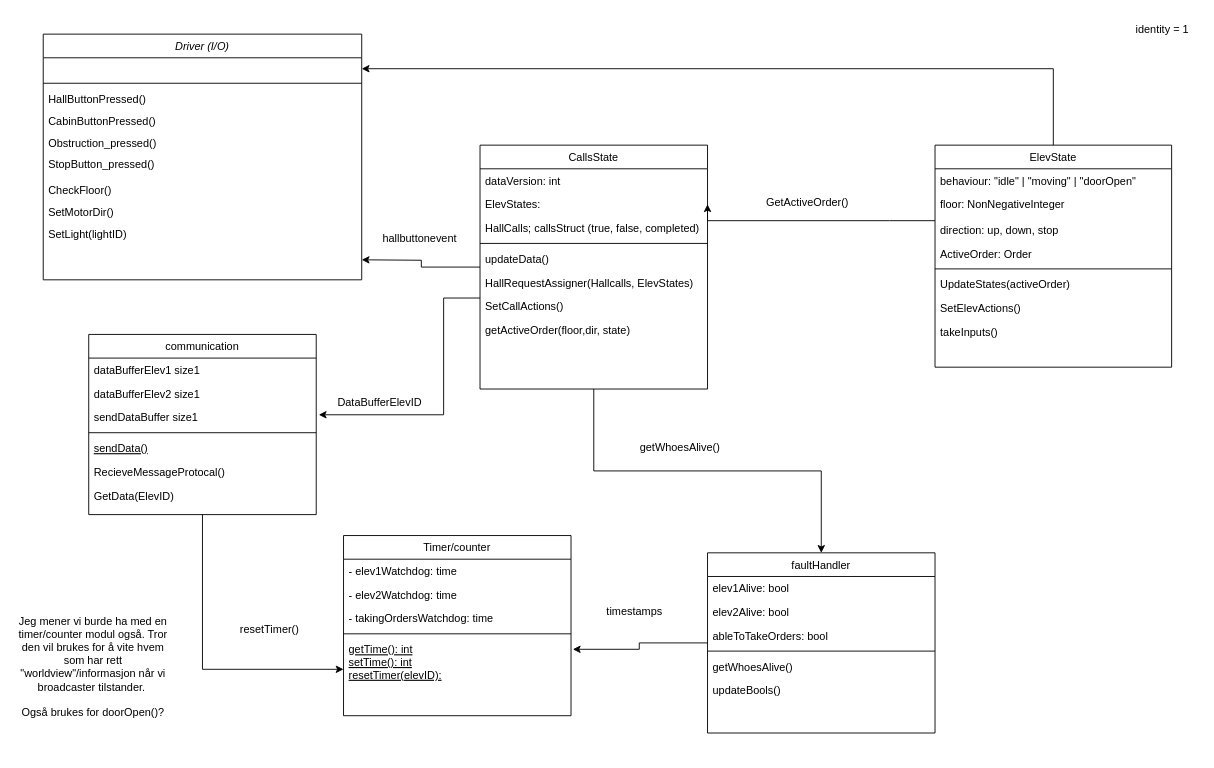
The draw.io diagram Diagrammer/gustavs_klassediagram.drawio in MathiasSagerup/Sanntid, before the edit. Source tidied: cells renumbered, new cells numbered last; positions are measured from the earlier drawing's top-left corner, leaving out a move shared by most shapes. Both pictures are drawn from the tidied source at 91%, with x=0, y=0 at pixel (15, 15).
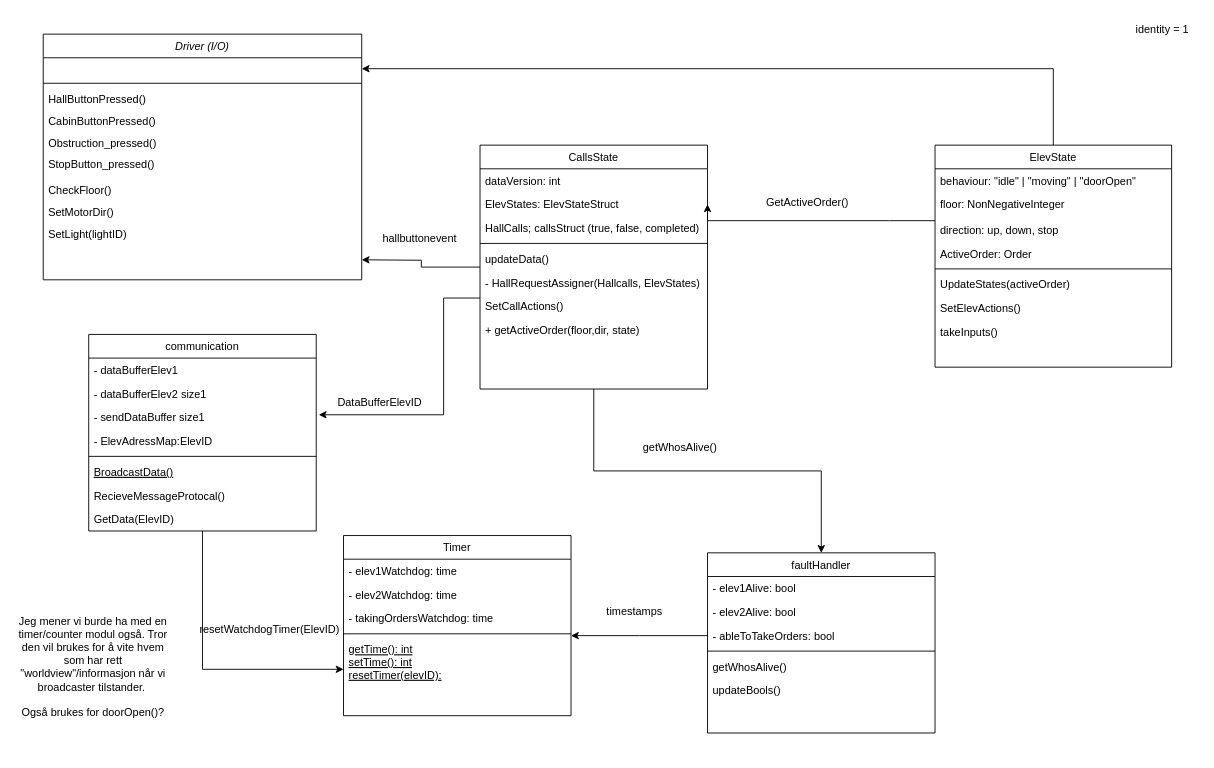
After the change.

Unchanged cells that the change refers to:
```xml
<mxCell id="33" value="CallsState" style="swimlane;fontStyle=0;align=center;verticalAlign=top;horizontal=1;startSize=26;rounded=0;shadow=0;strokeWidth=1;" parent="1" vertex="1">
  <mxGeometry x="510" y="142" width="250" height="268" as="geometry" />
</mxCell>
<mxCell id="43" value="faultHandler" style="swimlane;fontStyle=0;align=center;verticalAlign=top;horizontal=1;startSize=26;rounded=0;shadow=0;strokeWidth=1;" parent="1" vertex="1">
  <mxGeometry x="760" y="590" width="250" height="198" as="geometry" />
</mxCell>
<mxCell id="56" value="getTime(): int&#10;setTime(): int&#10;resetTimer(elevID):" style="text;align=left;verticalAlign=top;spacingLeft=4;spacingRight=4;overflow=hidden;points=[[0,0.5],[1,0.5]];portConstraint=eastwest;fontStyle=4;" parent="51" vertex="1">
  <mxGeometry y="112" width="250" height="70" as="geometry" />
</mxCell>
```

Change to the diagram source:
```diff
@@
     <mxCell id="23" value="communication" style="swimlane;fontStyle=0;align=center;verticalAlign=top;horizontal=1;startSize=26;rounded=0;shadow=0;strokeWidth=1;" parent="1" vertex="1">
-      <mxGeometry x="80" y="350" width="250" height="198" as="geometry" />
+      <mxGeometry x="80" y="350" width="250" height="216" as="geometry" />
     </mxCell>
-    <mxCell id="24" value="dataBufferElev1 size1" style="text;align=left;verticalAlign=top;spacingLeft=4;spacingRight=4;overflow=hidden;rounded=0;shadow=0;html=0;" parent="23" vertex="1">
+    <mxCell id="24" value="- dataBufferElev1" style="text;align=left;verticalAlign=top;spacingLeft=4;spacingRight=4;overflow=hidden;rounded=0;shadow=0;html=0;" parent="23" vertex="1">
       <mxGeometry y="26" width="250" height="26" as="geometry" />
     </mxCell>
-    <mxCell id="25" value="dataBufferElev2 size1" style="text;align=left;verticalAlign=top;spacingLeft=4;spacingRight=4;overflow=hidden;rounded=0;shadow=0;html=0;" parent="23" vertex="1">
+    <mxCell id="25" value="- dataBufferElev2 size1" style="text;align=left;verticalAlign=top;spacingLeft=4;spacingRight=4;overflow=hidden;rounded=0;shadow=0;html=0;" parent="23" vertex="1">
       <mxGeometry y="52" width="250" height="26" as="geometry" />
     </mxCell>
-    <mxCell id="26" value="sendDataBuffer size1" style="text;align=left;verticalAlign=top;spacingLeft=4;spacingRight=4;overflow=hidden;rounded=0;shadow=0;html=0;" parent="23" vertex="1">
+    <mxCell id="26" value="- sendDataBuffer size1" style="text;align=left;verticalAlign=top;spacingLeft=4;spacingRight=4;overflow=hidden;rounded=0;shadow=0;html=0;" parent="23" vertex="1">
       <mxGeometry y="78" width="250" height="26" as="geometry" />
     </mxCell>
+    <mxCell id="66" value="- ElevAdressMap:ElevID " style="text;align=left;verticalAlign=top;spacingLeft=4;spacingRight=4;overflow=hidden;rounded=0;shadow=0;html=0;" parent="23" vertex="1">
+      <mxGeometry y="104" width="250" height="26" as="geometry" />
+    </mxCell>
     <mxCell id="27" style="line;html=1;strokeWidth=1;align=left;verticalAlign=middle;spacingTop=-1;spacingLeft=3;spacingRight=3;labelPosition=right;" parent="23" vertex="1">
-      <mxGeometry y="104" width="250" height="8" as="geometry" />
+      <mxGeometry y="130" width="250" height="8" as="geometry" />
     </mxCell>
-    <mxCell id="28" value="sendData()" style="text;align=left;verticalAlign=top;spacingLeft=4;spacingRight=4;overflow=hidden;fontStyle=4;" parent="23" vertex="1">
-      <mxGeometry y="112" width="250" height="26" as="geometry" />
+    <mxCell id="28" value="BroadcastData()" style="text;align=left;verticalAlign=top;spacingLeft=4;spacingRight=4;overflow=hidden;fontStyle=4;" parent="23" vertex="1">
+      <mxGeometry y="138" width="250" height="26" as="geometry" />
     </mxCell>
     <mxCell id="29" value="RecieveMessageProtocal()" style="text;align=left;verticalAlign=top;spacingLeft=4;spacingRight=4;overflow=hidden;" parent="23" vertex="1">
-      <mxGeometry y="138" width="250" height="26" as="geometry" />
+      <mxGeometry y="164" width="250" height="26" as="geometry" />
     </mxCell>
     <mxCell id="30" value="GetData(ElevID)" style="text;align=left;verticalAlign=top;spacingLeft=4;spacingRight=4;overflow=hidden;" parent="23" vertex="1">
-      <mxGeometry y="164" width="250" height="26" as="geometry" />
+      <mxGeometry y="190" width="250" height="26" as="geometry" />
     </mxCell>
@@
-    <mxCell id="35" value="ElevStates:" style="text;align=left;verticalAlign=top;spacingLeft=4;spacingRight=4;overflow=hidden;points=[[0,0.5],[1,0.5]];portConstraint=eastwest;rounded=0;shadow=0;html=0;" parent="33" vertex="1">
+    <mxCell id="35" value="ElevStates: ElevStateStruct" style="text;align=left;verticalAlign=top;spacingLeft=4;spacingRight=4;overflow=hidden;points=[[0,0.5],[1,0.5]];portConstraint=eastwest;rounded=0;shadow=0;html=0;" parent="33" vertex="1">
       <mxGeometry y="52" width="250" height="26" as="geometry" />
     </mxCell>
@@
-    <mxCell id="39" value="HallRequestAssigner(Hallcalls, ElevStates)" style="text;align=left;verticalAlign=top;spacingLeft=4;spacingRight=4;overflow=hidden;" parent="33" vertex="1">
+    <mxCell id="39" value="- HallRequestAssigner(Hallcalls, ElevStates)" style="text;align=left;verticalAlign=top;spacingLeft=4;spacingRight=4;overflow=hidden;" parent="33" vertex="1">
       <mxGeometry y="138" width="250" height="26" as="geometry" />
     </mxCell>
@@
-    <mxCell id="41" value="getActiveOrder(floor,dir, state)" style="text;align=left;verticalAlign=top;spacingLeft=4;spacingRight=4;overflow=hidden;" parent="33" vertex="1">
+    <mxCell id="41" value="+ getActiveOrder(floor,dir, state)" style="text;align=left;verticalAlign=top;spacingLeft=4;spacingRight=4;overflow=hidden;" parent="33" vertex="1">
       <mxGeometry y="190" width="250" height="26" as="geometry" />
     </mxCell>
@@
-    <mxCell id="44" value="elev1Alive: bool" style="text;align=left;verticalAlign=top;spacingLeft=4;spacingRight=4;overflow=hidden;rounded=0;shadow=0;html=0;" parent="43" vertex="1">
+    <mxCell id="44" value="- elev1Alive: bool" style="text;align=left;verticalAlign=top;spacingLeft=4;spacingRight=4;overflow=hidden;rounded=0;shadow=0;html=0;" parent="43" vertex="1">
       <mxGeometry y="26" width="250" height="26" as="geometry" />
     </mxCell>
-    <mxCell id="45" value="elev2Alive: bool" style="text;align=left;verticalAlign=top;spacingLeft=4;spacingRight=4;overflow=hidden;rounded=0;shadow=0;html=0;" parent="43" vertex="1">
+    <mxCell id="45" value="- elev2Alive: bool" style="text;align=left;verticalAlign=top;spacingLeft=4;spacingRight=4;overflow=hidden;rounded=0;shadow=0;html=0;" parent="43" vertex="1">
       <mxGeometry y="52" width="250" height="26" as="geometry" />
     </mxCell>
+    <mxCell id="67" style="edgeStyle=orthogonalEdgeStyle;rounded=0;jettySize=auto;html=1;exitX=0;exitY=0.5;exitDx=0;exitDy=0;" parent="43" edge="1" source="46">
+      <mxGeometry relative="1" as="geometry">
+        <mxPoint x="-150" y="91" as="targetPoint" />
+      </mxGeometry>
+    </mxCell>
-    <mxCell id="46" value="ableToTakeOrders: bool" style="text;align=left;verticalAlign=top;spacingLeft=4;spacingRight=4;overflow=hidden;points=[[0,0.5],[1,0.5]];portConstraint=eastwest;rounded=0;shadow=0;html=0;" parent="43" vertex="1">
+    <mxCell id="46" value="- ableToTakeOrders: bool" style="text;align=left;verticalAlign=top;spacingLeft=4;spacingRight=4;overflow=hidden;points=[[0,0.5],[1,0.5]];portConstraint=eastwest;rounded=0;shadow=0;html=0;" parent="43" vertex="1">
       <mxGeometry y="78" width="250" height="26" as="geometry" />
     </mxCell>
@@
-    <mxCell id="48" value="getWhoesAlive()" style="text;align=left;verticalAlign=top;spacingLeft=4;spacingRight=4;overflow=hidden;" parent="43" vertex="1">
+    <mxCell id="48" value="getWhosAlive()" style="text;align=left;verticalAlign=top;spacingLeft=4;spacingRight=4;overflow=hidden;" parent="43" vertex="1">
       <mxGeometry y="112" width="250" height="26" as="geometry" />
     </mxCell>
@@
-    <mxCell id="51" value="Timer/counter" style="swimlane;fontStyle=0;align=center;verticalAlign=top;horizontal=1;startSize=26;rounded=0;shadow=0;strokeWidth=1;" parent="1" vertex="1">
+    <mxCell id="51" value="Timer" style="swimlane;fontStyle=0;align=center;verticalAlign=top;horizontal=1;startSize=26;rounded=0;shadow=0;strokeWidth=1;" parent="1" vertex="1">
       <mxGeometry x="360" y="571" width="250" height="198" as="geometry" />
     </mxCell>
@@
-    <mxCell id="59" value="resetTimer()" style="text;html=1;whiteSpace=wrap;strokeColor=none;fillColor=none;align=center;verticalAlign=middle;rounded=0;" parent="1" vertex="1">
+    <mxCell id="59" value="resetWatchdogTimer(ElevID)" style="text;html=1;whiteSpace=wrap;strokeColor=none;fillColor=none;align=center;verticalAlign=middle;rounded=0;" parent="1" vertex="1">
       <mxGeometry x="219" y="660" width="120" height="30" as="geometry" />
     </mxCell>
-    <mxCell id="60" style="edgeStyle=orthogonalEdgeStyle;rounded=0;jettySize=auto;html=1;entryX=1.008;entryY=0.186;entryDx=0;entryDy=0;entryPerimeter=0;" parent="1" edge="1" source="43" target="56">
-      <mxGeometry relative="1" as="geometry" />
-    </mxCell>
-    <mxCell id="61" value="getWhoesAlive()" style="text;html=1;whiteSpace=wrap;strokeColor=none;fillColor=none;align=center;verticalAlign=middle;rounded=0;" parent="1" vertex="1">
+    <mxCell id="61" value="getWhosAlive()" style="text;html=1;whiteSpace=wrap;strokeColor=none;fillColor=none;align=center;verticalAlign=middle;rounded=0;" parent="1" vertex="1">
       <mxGeometry x="700" y="460" width="60" height="30" as="geometry" />
     </mxCell>
```
